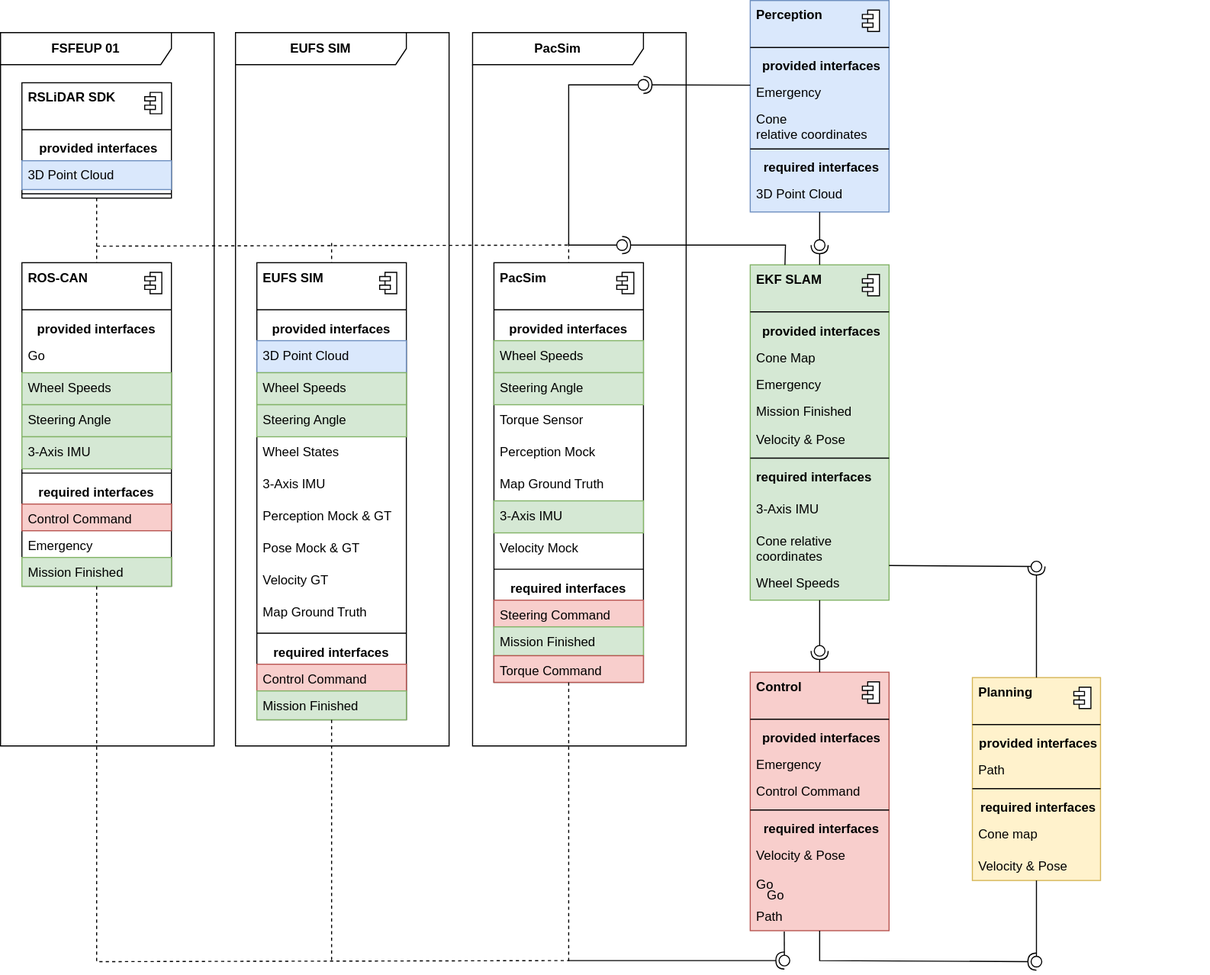
The draw.io diagram docs/diagrams/full-components.drawio.svg in fs-feup/autonomous-systems, before a commit. Source tidied: cells renumbered, new cells last; positions are measured from the earlier drawing's top-left corner, leaving out a move shared by most shapes.
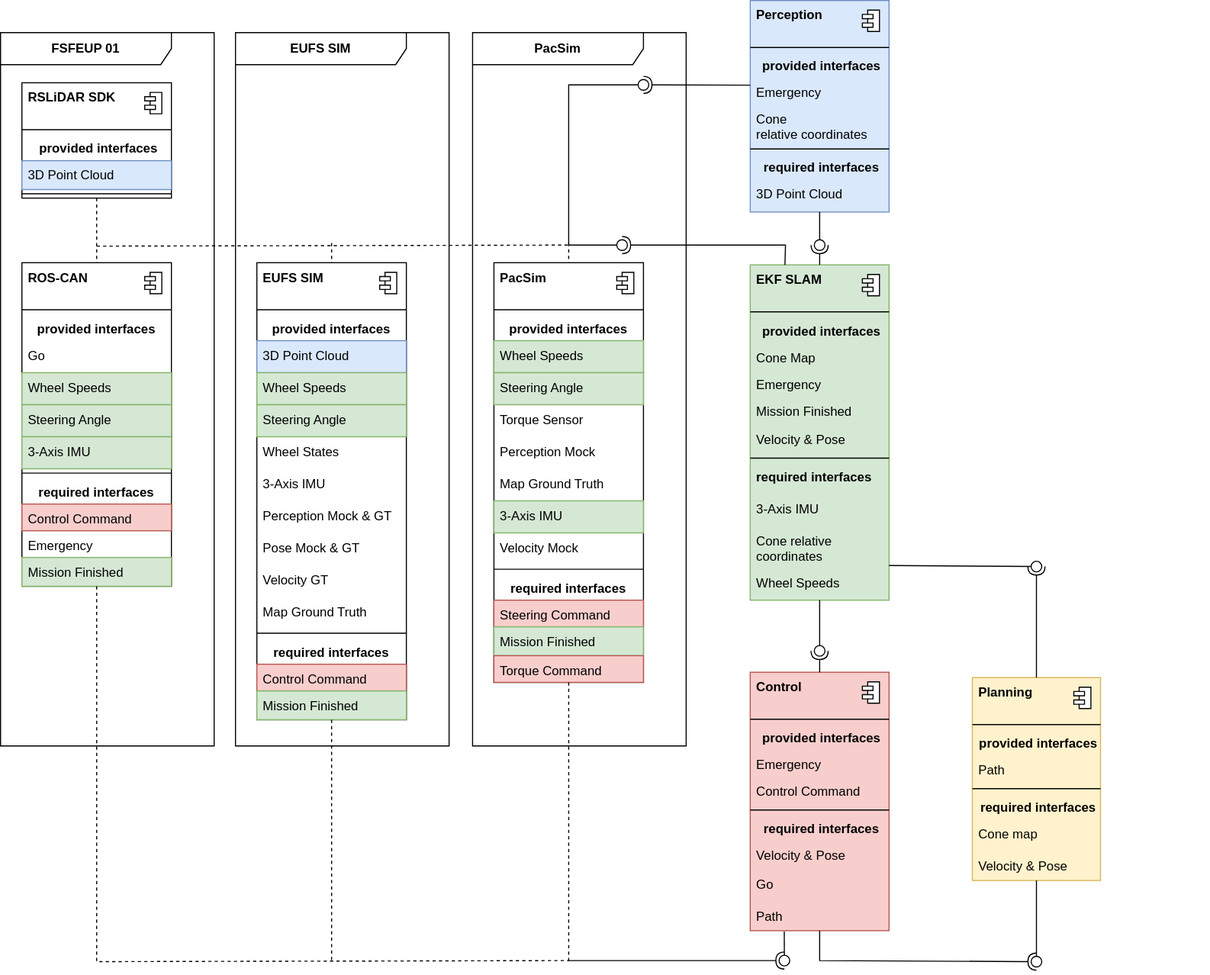
The same diagram one commit later.

Commit message:
fix: diagram updates and execution time metrics fix

Change to the diagram source:
```diff
@@ -469,8 +469,5 @@
         <mxPoint x="310" y="900" as="targetPoint" />
       </mxGeometry>
     </mxCell>
-    <mxCell id="131" value="Go" style="html=1;align=left;spacingLeft=4;verticalAlign=top;strokeColor=none;fillColor=none;whiteSpace=wrap;spacingRight=4;fontFamily=Helvetica;fontSize=12;fontColor=default;" parent="1" vertex="1">
-      <mxGeometry x="712" y="824" width="130" height="30" as="geometry" />
-    </mxCell>
   </root>
 </mxGraphModel>
```
